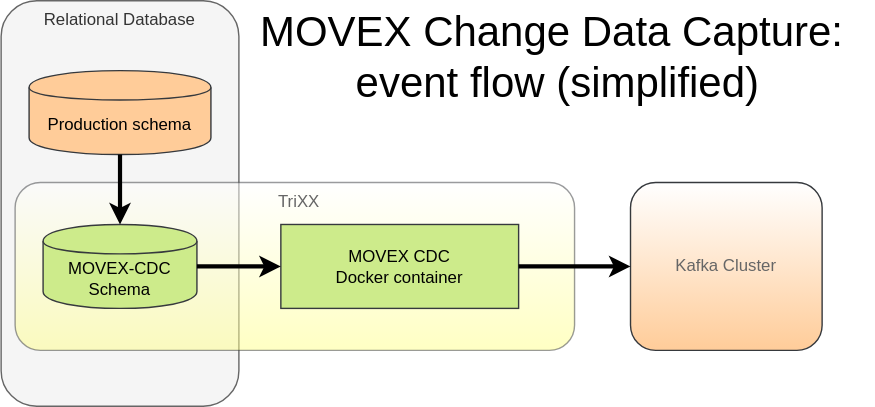
Earlier version of the draw.io export doc/images/trixx_event_flow.svg (osp-ottogroup/movex-cdc). Source tidied: cells renumbered, new cells last; positions are measured from the earlier drawing's top-left corner, leaving out a move shared by most shapes.
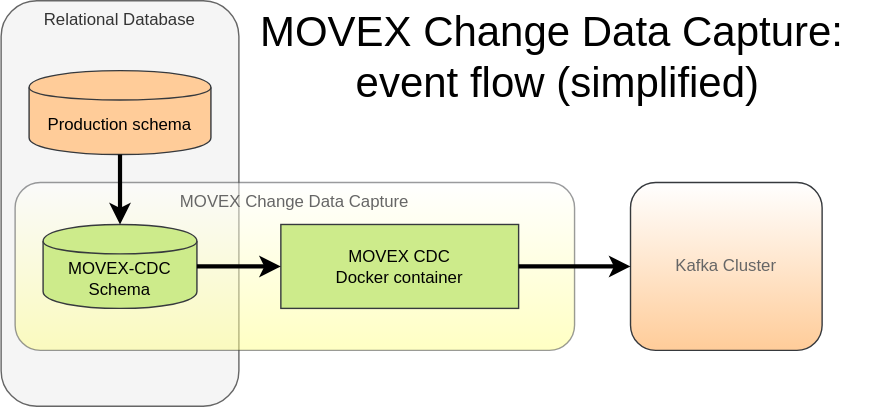
The same diagram one commit later.

Diff of the diagram source:
```diff
@@ -8,7 +8,7 @@
     <mxCell id="3" value="&lt;font color=&quot;#666666&quot;&gt;Kafka Cluster&lt;/font&gt;" style="rounded=1;whiteSpace=wrap;html=1;align=center;verticalAlign=middle;labelBackgroundColor=none;fillColor=#ffcc99;strokeColor=#36393d;gradientColor=#ffffff;gradientDirection=north;" parent="1" vertex="1">
       <mxGeometry x="450" y="130" width="137" height="120" as="geometry" />
     </mxCell>
-    <mxCell id="4" value="&lt;font color=&quot;#666666&quot;&gt;&amp;nbsp; TriXX&lt;br&gt;&lt;/font&gt;" style="rounded=1;whiteSpace=wrap;html=1;align=center;verticalAlign=top;labelBackgroundColor=none;fillColor=#ffff88;strokeColor=#36393d;gradientColor=#ffffff;gradientDirection=north;glass=0;opacity=50;" parent="1" vertex="1">
+    <mxCell id="4" value="&lt;font color=&quot;#666666&quot;&gt;MOVEX Change Data Capture&lt;br&gt;&lt;/font&gt;" style="rounded=1;whiteSpace=wrap;html=1;align=center;verticalAlign=top;labelBackgroundColor=none;fillColor=#ffff88;strokeColor=#36393d;gradientColor=#ffffff;gradientDirection=north;glass=0;opacity=50;" parent="1" vertex="1">
       <mxGeometry x="10" y="130" width="400" height="120" as="geometry" />
     </mxCell>
     <mxCell id="5" value="MOVEX-CDC&lt;br&gt;Schema" style="shape=cylinder;whiteSpace=wrap;html=1;boundedLbl=1;backgroundOutline=1;labelBackgroundColor=none;align=center;fillColor=#cdeb8b;strokeColor=#36393d;" parent="1" vertex="1">
```
